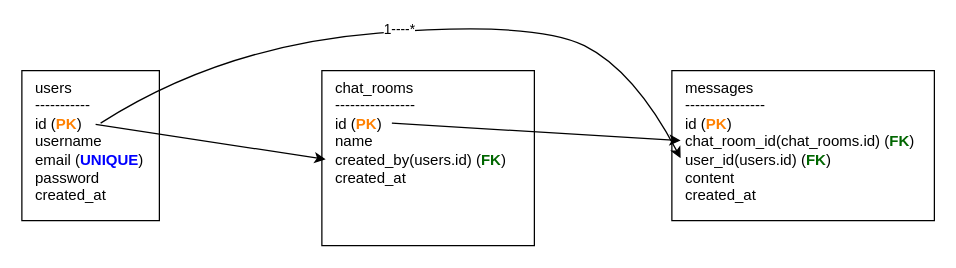
Above: ER図.drawio in ryoya07/chattool (draw.io), before the change. Source tidied: cells renumbered, new cells numbered last; positions are measured from the earlier drawing's top-left corner, leaving out a move shared by most shapes. Both pictures are drawn from the tidied source at 125%, with x=0, y=0 at pixel (21, 20).
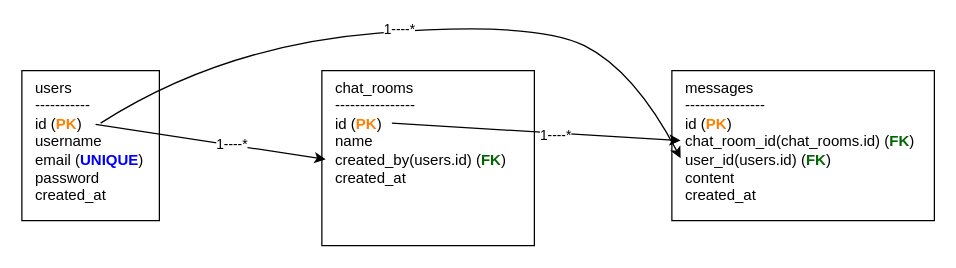
The same diagram, later.

Commit message:
リレーションラベルの修正

The edit, as a diff of the source:
```diff
@@
 <mxGraphModel>
   <root>
     <mxCell id="0" />
     <mxCell id="1" parent="0" />
     <mxCell id="2" value="messages&lt;div&gt;----------------&lt;/div&gt;&lt;div&gt;id (&lt;b style=&quot;color: light-dark(rgb(0, 0, 0), rgb(255, 255, 255)); background-color: transparent;&quot;&gt;&lt;font style=&quot;color: rgb(255, 128, 0);&quot;&gt;PK&lt;/font&gt;&lt;/b&gt;&lt;span style=&quot;color: light-dark(rgb(0, 0, 0), rgb(255, 255, 255)); background-color: transparent;&quot;&gt;)&lt;/span&gt;&lt;/div&gt;&lt;div&gt;chat_room_id(chat_rooms.id) (&lt;b style=&quot;background-color: transparent; color: light-dark(rgb(0, 0, 0), rgb(255, 255, 255));&quot;&gt;&lt;font style=&quot;color: rgb(0, 102, 0);&quot;&gt;FK&lt;/font&gt;&lt;/b&gt;&lt;span style=&quot;background-color: transparent; color: light-dark(rgb(0, 0, 0), rgb(255, 255, 255));&quot;&gt;)&lt;/span&gt;&lt;/div&gt;&lt;div&gt;user_id(users.id) (&lt;b style=&quot;background-color: transparent; color: light-dark(rgb(0, 0, 0), rgb(255, 255, 255));&quot;&gt;&lt;font style=&quot;color: rgb(0, 102, 0);&quot;&gt;FK&lt;/font&gt;&lt;/b&gt;&lt;span style=&quot;background-color: transparent; color: light-dark(rgb(0, 0, 0), rgb(255, 255, 255));&quot;&gt;)&lt;/span&gt;&lt;/div&gt;&lt;div&gt;content&lt;/div&gt;&lt;div&gt;created_at&lt;/div&gt;" style="whiteSpace=wrap;html=1;align=left;spacingLeft=9;verticalAlign=top;" parent="1" vertex="1">
       <mxGeometry x="520" y="40" width="210" height="120" as="geometry" />
     </mxCell>
     <mxCell id="3" value="users&lt;div&gt;-----------&lt;/div&gt;&lt;div&gt;id (&lt;b style=&quot;background-color: transparent; color: light-dark(rgb(0, 0, 0), rgb(255, 255, 255));&quot;&gt;&lt;font style=&quot;color: rgb(255, 128, 0);&quot;&gt;PK&lt;/font&gt;&lt;/b&gt;&lt;span style=&quot;background-color: transparent; color: light-dark(rgb(0, 0, 0), rgb(255, 255, 255));&quot;&gt;)&lt;/span&gt;&lt;/div&gt;&lt;div&gt;username&lt;/div&gt;&lt;div&gt;email (&lt;b&gt;&lt;font style=&quot;color: rgb(0, 0, 255);&quot;&gt;UNIQUE&lt;/font&gt;&lt;/b&gt;)&lt;/div&gt;&lt;div&gt;password&lt;/div&gt;&lt;div&gt;created_at&lt;/div&gt;" style="whiteSpace=wrap;html=1;align=left;spacingLeft=9;verticalAlign=top;" parent="1" vertex="1">
       <mxGeometry y="40" width="110" height="120" as="geometry" />
     </mxCell>
     <mxCell id="4" value="chat_rooms&lt;div&gt;----------------&lt;/div&gt;&lt;div&gt;id (&lt;b style=&quot;color: light-dark(rgb(0, 0, 0), rgb(255, 255, 255)); background-color: transparent;&quot;&gt;&lt;font style=&quot;color: rgb(255, 128, 0);&quot;&gt;PK&lt;/font&gt;&lt;/b&gt;&lt;span style=&quot;color: light-dark(rgb(0, 0, 0), rgb(255, 255, 255)); background-color: transparent;&quot;&gt;)&lt;/span&gt;&lt;/div&gt;&lt;div&gt;name&lt;/div&gt;&lt;div&gt;created_by(users.id) (&lt;b style=&quot;background-color: transparent; color: light-dark(rgb(0, 0, 0), rgb(255, 255, 255));&quot;&gt;&lt;font style=&quot;color: rgb(0, 102, 0);&quot;&gt;FK&lt;/font&gt;&lt;/b&gt;&lt;span style=&quot;background-color: transparent; color: light-dark(rgb(0, 0, 0), rgb(255, 255, 255));&quot;&gt;)&lt;/span&gt;&lt;/div&gt;&lt;div&gt;created_at&lt;/div&gt;" style="whiteSpace=wrap;html=1;align=left;spacingLeft=9;verticalAlign=top;" parent="1" vertex="1">
       <mxGeometry x="240" y="40" width="170" height="140" as="geometry" />
     </mxCell>
     <mxCell id="5" style="endArrow=classic;html=1;rounded=0;" parent="1" edge="1">
       <mxGeometry relative="1" as="geometry">
         <mxPoint x="296" y="82" as="sourcePoint" />
         <mxPoint x="527" y="96" as="targetPoint" />
       </mxGeometry>
     </mxCell>
+    <mxCell id="9" value="1----*" style="edgeLabel;html=1;align=center;verticalAlign=middle;" parent="5" vertex="1">
+      <mxGeometry x="0.13" y="-2" relative="1" as="geometry" />
+    </mxCell>
     <mxCell id="6" style="endArrow=classic;html=1;rounded=0;" parent="1" edge="1">
       <mxGeometry relative="1" as="geometry">
         <mxPoint x="59" y="83" as="sourcePoint" />
         <mxPoint x="243" y="111" as="targetPoint" />
       </mxGeometry>
     </mxCell>
+    <mxCell id="10" value="1----*" style="edgeLabel;html=1;align=center;verticalAlign=middle;" parent="6" vertex="1">
+      <mxGeometry x="0.18" y="1" relative="1" as="geometry" />
+    </mxCell>
     <mxCell id="7" style="curved=1;endArrow=classic;html=1;rounded=0;" parent="1" edge="1">
       <mxGeometry relative="1" as="geometry">
         <mxPoint x="63" y="82" as="sourcePoint" />
         <mxPoint x="527" y="110" as="targetPoint" />
         <Array as="points">
           <mxPoint x="160" y="20" />
           <mxPoint x="410" />
           <mxPoint x="490" y="40" />
         </Array>
       </mxGeometry>
     </mxCell>
     <mxCell id="8" value="1----*" style="edgeLabel;html=1;align=center;verticalAlign=middle;" parent="7" vertex="1">
       <mxGeometry x="-0.04" y="1" relative="1" as="geometry">
         <mxPoint y="-1" as="offset" />
       </mxGeometry>
     </mxCell>
   </root>
 </mxGraphModel>
```
